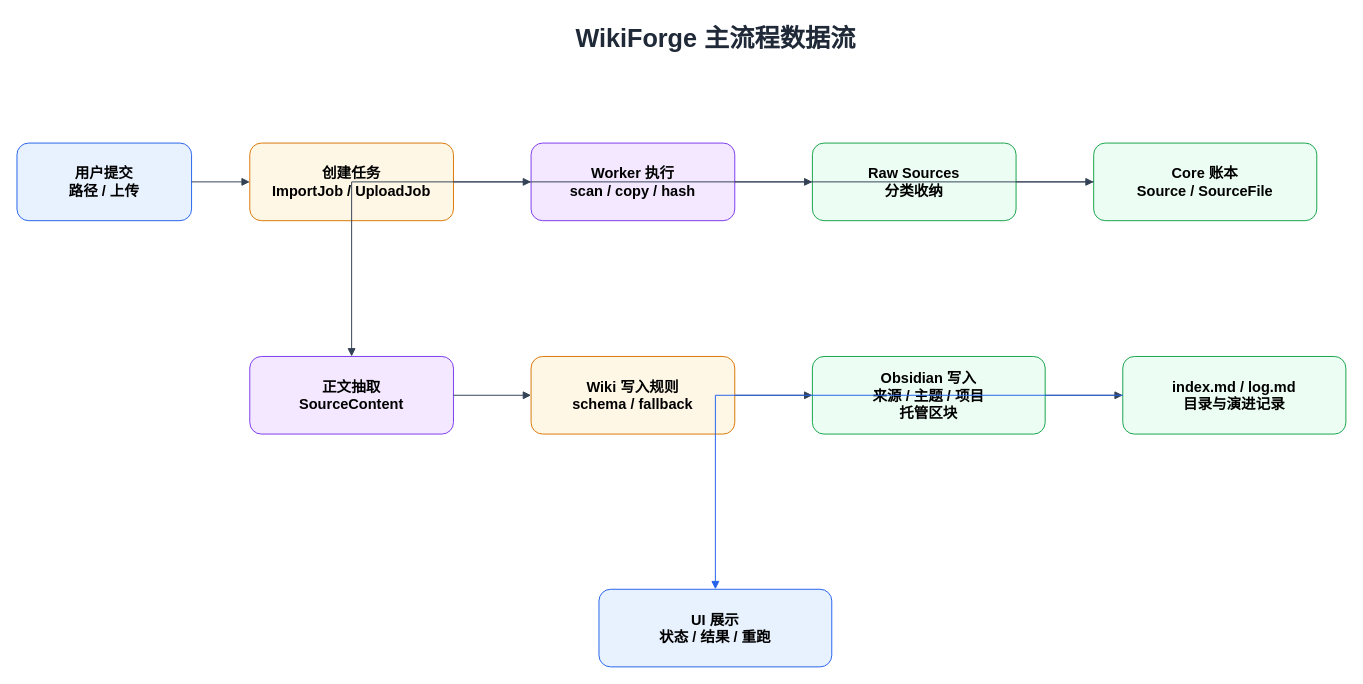
Before: page "数据流图" (3 of 4) of docs/rebuild/2026-05-24-mvp0-baseline/diagrams/2026-05-24-WikiForge-four-layer-architecture.drawio in BonusWang/WikiForge, a draw.io diagram. Source tidied: cells renumbered, new cells numbered last; positions are measured from the earlier drawing's top-left corner, leaving out a move shared by most shapes. Both pictures are drawn from the tidied source at 97%, with x=0, y=0 at pixel (16, 16).
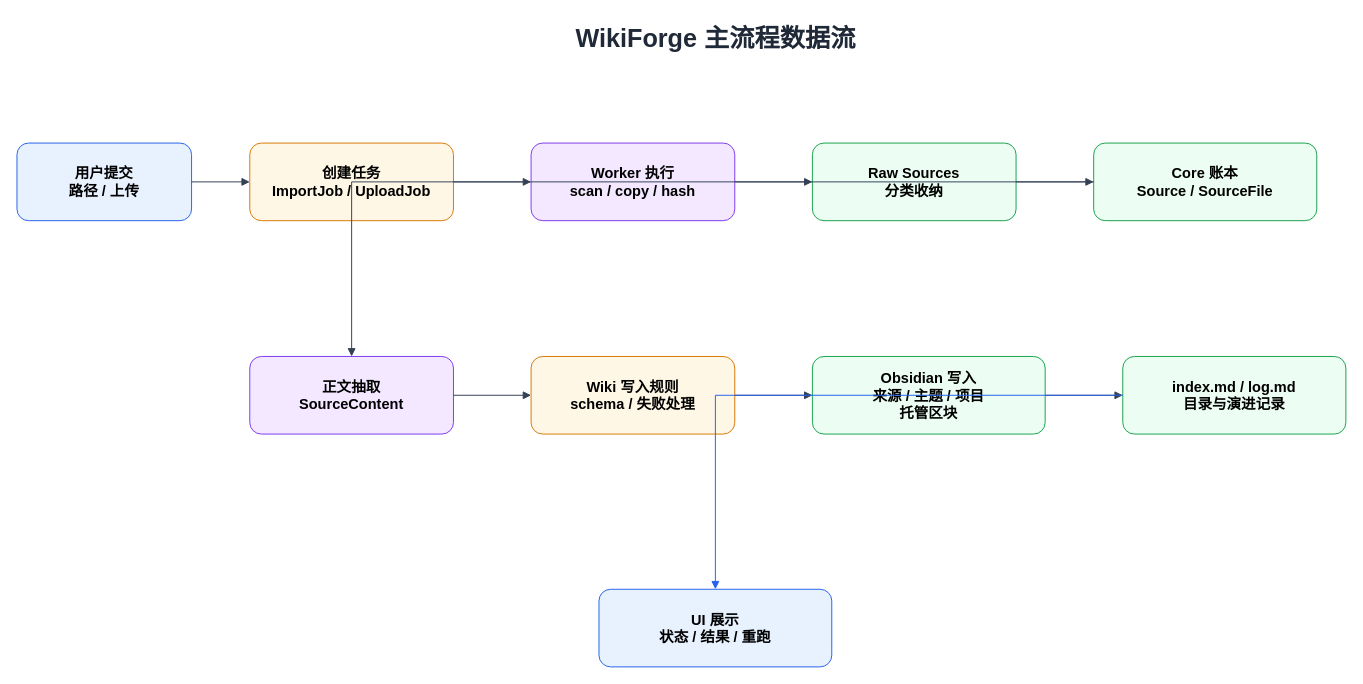
The same diagram, later.

The edit, as a diff of the source:
```diff
@@
-    <mxCell id="9" value="Wiki 写入规则&#10;schema / fallback" style="rounded=1;whiteSpace=wrap;html=1;fillColor=#FFF7E6;strokeColor=#D97706;fontSize=15;fontStyle=1;" parent="1" vertex="1">
+    <mxCell id="9" value="Wiki 写入规则&#10;schema / 失败处理" style="rounded=1;whiteSpace=wrap;html=1;fillColor=#FFF7E6;strokeColor=#D97706;fontSize=15;fontStyle=1;" parent="1" vertex="1">
       <mxGeometry x="530" y="350" width="210" height="80" as="geometry" />
     </mxCell>
```
